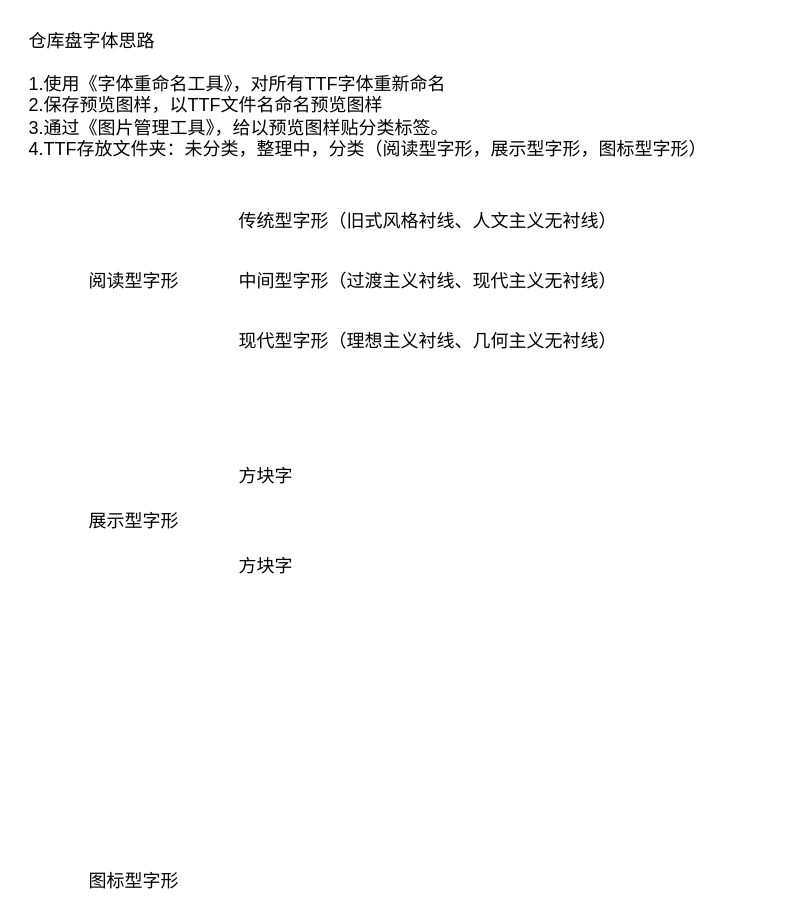
The draw.io diagram 字形分类.drawio in water0902/Draw.io, before the edit. Source tidied: cells renumbered, new cells numbered last; positions are measured from the earlier drawing's top-left corner, leaving out a move shared by most shapes. Both pictures are drawn from the tidied source at 150%, with x=0, y=0 at pixel (26, 26).
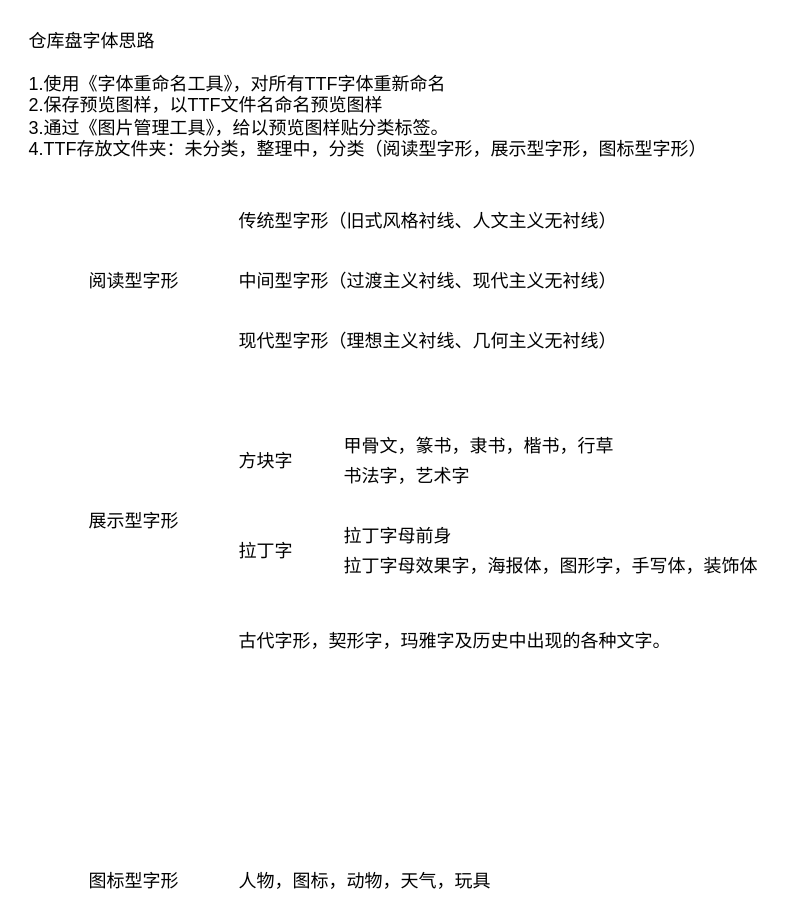
Above is the later version.

Commit message (it also covers changes not shown here):
更新字形分类.drawio

Change to the diagram source:
```diff
@@
 <mxGraphModel>
   <root>
     <mxCell id="0" />
     <mxCell id="1" parent="0" />
     <mxCell id="2" value="仓库盘字体思路" style="text;html=1;align=left;verticalAlign=middle;fillColor=none;strokeColor=none;rounded=0;" parent="1" vertex="1">
       <mxGeometry width="100" height="20" as="geometry" />
     </mxCell>
     <mxCell id="3" value="1.使用《字体重命名工具》，对所有TTF字体重新命名&lt;br&gt;2.保存预览图样，以TTF文件名命名预览图样&lt;br&gt;3.通过《图片管理工具》，给以预览图样贴分类标签。&lt;br&gt;4.TTF存放文件夹：未分类，整理中，分类（阅读型字形，展示型字形，图标型字形）" style="text;html=1;align=left;verticalAlign=middle;fillColor=none;strokeColor=none;rounded=0;" parent="1" vertex="1">
       <mxGeometry y="30" width="470" height="60" as="geometry" />
     </mxCell>
     <mxCell id="4" value="阅读型字形" style="text;html=1;align=left;verticalAlign=middle;fillColor=none;strokeColor=none;rounded=0;" parent="1" vertex="1">
       <mxGeometry x="40" y="160" width="80" height="20" as="geometry" />
     </mxCell>
     <mxCell id="5" value="展示型字形" style="text;html=1;align=left;verticalAlign=middle;fillColor=none;strokeColor=none;rounded=0;" parent="1" vertex="1">
       <mxGeometry x="40" y="320" width="80" height="20" as="geometry" />
     </mxCell>
     <mxCell id="6" value="图标型字形" style="text;html=1;align=left;verticalAlign=middle;fillColor=none;strokeColor=none;rounded=0;" parent="1" vertex="1">
       <mxGeometry x="40" y="560" width="80" height="20" as="geometry" />
     </mxCell>
     <mxCell id="7" value="传统型字形（旧式风格衬线、人文主义无衬线）" style="text;html=1;align=left;verticalAlign=middle;fillColor=none;strokeColor=none;rounded=0;" parent="1" vertex="1">
       <mxGeometry x="140" y="120" width="270" height="20" as="geometry" />
     </mxCell>
     <mxCell id="8" value="中间型字形（过渡主义衬线、现代主义无衬线）" style="text;html=1;align=left;verticalAlign=middle;fillColor=none;strokeColor=none;rounded=0;" parent="1" vertex="1">
       <mxGeometry x="140" y="160" width="270" height="20" as="geometry" />
     </mxCell>
     <mxCell id="9" value="现代型字形（理想主义衬线、几何主义无衬线）" style="text;html=1;align=left;verticalAlign=middle;fillColor=none;strokeColor=none;rounded=0;" parent="1" vertex="1">
       <mxGeometry x="140" y="200" width="270" height="20" as="geometry" />
     </mxCell>
     <mxCell id="10" value="方块字" style="text;html=1;align=left;verticalAlign=middle;fillColor=none;strokeColor=none;rounded=0;" parent="1" vertex="1">
-      <mxGeometry x="140" y="290" width="50" height="20" as="geometry" />
+      <mxGeometry x="140" y="280" width="50" height="20" as="geometry" />
     </mxCell>
-    <mxCell id="11" value="方块字" style="text;html=1;align=left;verticalAlign=middle;fillColor=none;strokeColor=none;rounded=0;" parent="1" vertex="1">
-      <mxGeometry x="140" y="350" width="50" height="20" as="geometry" />
+    <mxCell id="11" value="拉丁字" style="text;html=1;align=left;verticalAlign=middle;fillColor=none;strokeColor=none;rounded=0;" parent="1" vertex="1">
+      <mxGeometry x="140" y="340" width="50" height="20" as="geometry" />
     </mxCell>
+    <mxCell id="12" value="甲骨文，篆书，隶书，楷书，行草" style="text;html=1;align=left;verticalAlign=middle;fillColor=none;strokeColor=none;rounded=0;" parent="1" vertex="1">
+      <mxGeometry x="210" y="270" width="200" height="20" as="geometry" />
+    </mxCell>
+    <mxCell id="13" value="书法字，艺术字" style="text;html=1;align=left;verticalAlign=middle;fillColor=none;strokeColor=none;rounded=0;" parent="1" vertex="1">
+      <mxGeometry x="210" y="290" width="100" height="20" as="geometry" />
+    </mxCell>
+    <mxCell id="14" value="拉丁字母前身" style="text;html=1;align=left;verticalAlign=middle;fillColor=none;strokeColor=none;rounded=0;" parent="1" vertex="1">
+      <mxGeometry x="210" y="330" width="90" height="20" as="geometry" />
+    </mxCell>
+    <mxCell id="15" value="拉丁字母效果字，海报体，图形字，手写体，装饰体" style="text;html=1;align=left;verticalAlign=middle;fillColor=none;strokeColor=none;rounded=0;" parent="1" vertex="1">
+      <mxGeometry x="210" y="350" width="290" height="20" as="geometry" />
+    </mxCell>
+    <mxCell id="16" value="古代字形，契形字，玛雅字及历史中出现的各种文字。" style="text;html=1;align=left;verticalAlign=middle;fillColor=none;strokeColor=none;rounded=0;" parent="1" vertex="1">
+      <mxGeometry x="140" y="400" width="300" height="20" as="geometry" />
+    </mxCell>
+    <mxCell id="17" value="人物，图标，动物，天气，玩具" style="text;html=1;align=left;verticalAlign=middle;fillColor=none;strokeColor=none;rounded=0;" parent="1" vertex="1">
+      <mxGeometry x="140" y="560" width="180" height="20" as="geometry" />
+    </mxCell>
   </root>
 </mxGraphModel>
```
